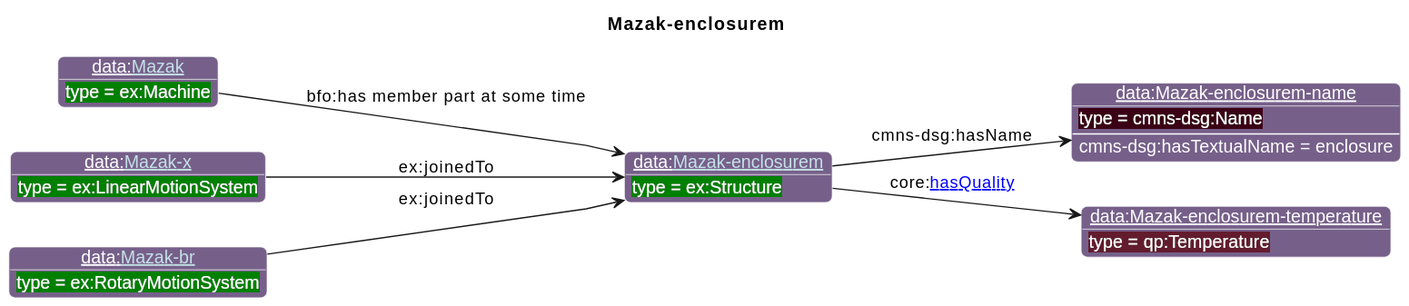
iofoundry/example-syseng-mtconnect keeps this PlantUML diagram as diagrams/Mazak-enclosurem.svg. Above is the earlier version. Its diagram source:
```plantuml
@startuml
!include ../iof.iuml

<style>
object {
  HyperlinkColor #C4E1E6
}
</style>

left to right direction
skinparam linetype polyline
title Mazak-enclosurem

!$default_direction = down

!$namespace_colors = { "bfo":"DFA702",
                      "iof":"1E90FF",
                      "ns":"Green",
                      "ns1":"76608A",
"ex":"Green","data":"76608A","core":"000000","units":"8A2D3B","qp":"641B2E","cmns-dsg":"3A0519"
}
individual(o1, data:[[./Mazak-enclosurem.html Mazak-enclosurem]], ex:Structure)
individual(o2, data:Mazak-enclosurem-name, cmns-dsg:Name)
individual(o3, data:Mazak-enclosurem-temperature, qp:Temperature)
individual(o4, data:[[./Mazak.html Mazak]], ex:Machine)
individual(o5, data:[[./Mazak-x.html Mazak-x]], ex:LinearMotionSystem)
individual(o6, data:[[./Mazak-br.html Mazak-br]], ex:RotaryMotionSystem)
property(o1, cmns-dsg:hasName, o2)
data(o2, cmns-dsg:hasTextualName, enclosure)
property(o1, core:[[https://spec.industrialontologies.org/ontology/core/Core/hasQuality hasQuality]], o3)
property(o4, "bfo:has member part at some time", o1)
property(o5, ex:joinedTo, o1)
property(o6, ex:joinedTo, o1)
@enduml
```
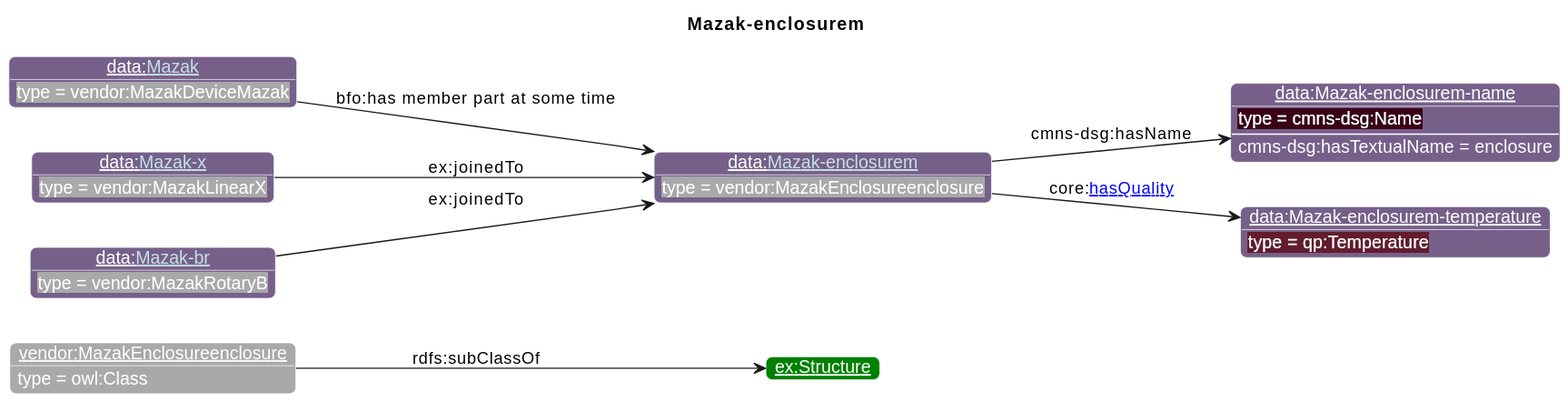
Later version of the same file.

The edit, as a diff of the source:
```diff
@@ -19,16 +19,19 @@
                       "ns1":"76608A",
 "ex":"Green","data":"76608A","core":"000000","units":"8A2D3B","qp":"641B2E","cmns-dsg":"3A0519"
 }
-individual(o1, data:[[./Mazak-enclosurem.html Mazak-enclosurem]], ex:Structure)
-individual(o2, data:Mazak-enclosurem-name, cmns-dsg:Name)
-individual(o3, data:Mazak-enclosurem-temperature, qp:Temperature)
-individual(o4, data:[[./Mazak.html Mazak]], ex:Machine)
-individual(o5, data:[[./Mazak-x.html Mazak-x]], ex:LinearMotionSystem)
-individual(o6, data:[[./Mazak-br.html Mazak-br]], ex:RotaryMotionSystem)
-property(o1, cmns-dsg:hasName, o2)
-data(o2, cmns-dsg:hasTextualName, enclosure)
-property(o1, core:[[https://spec.industrialontologies.org/ontology/core/Core/hasQuality hasQuality]], o3)
-property(o4, "bfo:has member part at some time", o1)
-property(o5, ex:joinedTo, o1)
-property(o6, ex:joinedTo, o1)
+individual(o1, vendor:MazakEnclosureenclosure, owl:Class)
+individual(o2, ex:Structure)
+individual(o3, data:[[./Mazak-enclosurem.html Mazak-enclosurem]], vendor:MazakEnclosureenclosure)
+individual(o4, data:Mazak-enclosurem-name, cmns-dsg:Name)
+individual(o5, data:Mazak-enclosurem-temperature, qp:Temperature)
+individual(o6, data:[[./Mazak.html Mazak]], vendor:MazakDeviceMazak)
+individual(o7, data:[[./Mazak-x.html Mazak-x]], vendor:MazakLinearX)
+individual(o8, data:[[./Mazak-br.html Mazak-br]], vendor:MazakRotaryB)
+property(o1, rdfs:subClassOf, o2)
+property(o3, cmns-dsg:hasName, o4)
+data(o4, cmns-dsg:hasTextualName, enclosure)
+property(o3, core:[[https://spec.industrialontologies.org/ontology/core/Core/hasQuality hasQuality]], o5)
+property(o6, "bfo:has member part at some time", o3)
+property(o7, ex:joinedTo, o3)
+property(o8, ex:joinedTo, o3)
 @enduml
```
